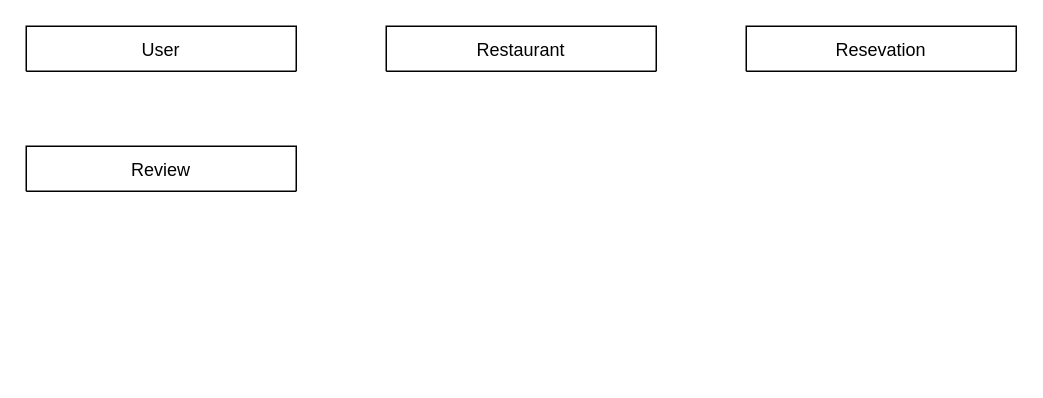
The draw.io diagram page "idées" (3 of 3) of mcd-mld.drawio in thomas-spinec/silver-micro, before the edit. Source tidied: cells renumbered, new cells numbered last; positions are measured from the earlier drawing's top-left corner, leaving out a move shared by most shapes. Both pictures are drawn from the tidied source at 150%, with x=0, y=0 at pixel (26, 26).
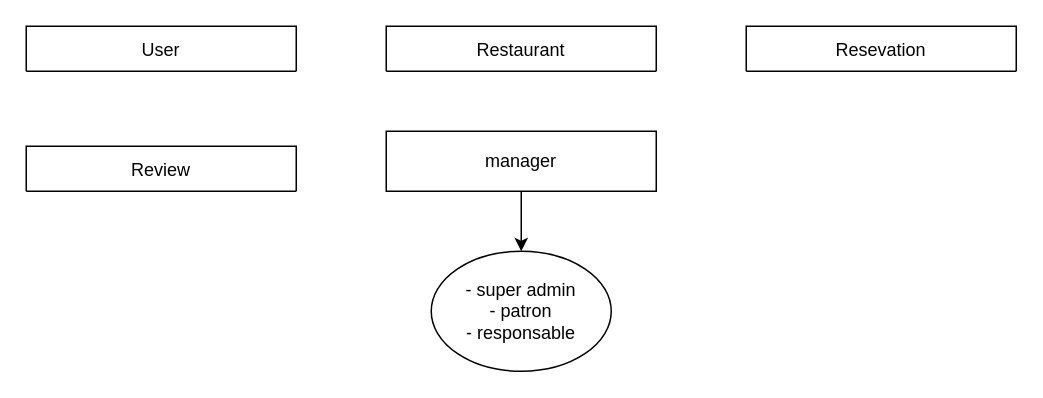
The same diagram, later.

Commit message (it also covers changes not shown here):
MCD update with manager table

What changed in the source:
```diff
@@
 <mxGraphModel>
   <root>
     <mxCell id="0" />
     <mxCell id="1" parent="0" />
     <mxCell id="2" value="User" style="shape=table;startSize=30;childLayout=tableLayout;" parent="1" vertex="1">
       <mxGeometry width="180" height="30" as="geometry" />
     </mxCell>
     <mxCell id="3" value="Restaurant" style="shape=table;startSize=30;childLayout=tableLayout;" parent="1" vertex="1">
       <mxGeometry x="240" width="180" height="30" as="geometry" />
     </mxCell>
     <mxCell id="4" value="Resevation" style="shape=table;startSize=30;childLayout=tableLayout;" parent="1" vertex="1">
       <mxGeometry x="480" width="180" height="30" as="geometry" />
     </mxCell>
     <mxCell id="5" value="Review" style="shape=table;startSize=30;childLayout=tableLayout;" parent="1" vertex="1">
       <mxGeometry y="80" width="180" height="30" as="geometry" />
     </mxCell>
+    <mxCell id="6" style="edgeStyle=none;html=1;exitX=0.5;exitY=1;exitDx=0;exitDy=0;entryX=0.5;entryY=0;entryDx=0;entryDy=0;" parent="1" edge="1" source="7" target="8">
+      <mxGeometry relative="1" as="geometry" />
+    </mxCell>
+    <mxCell id="7" value="manager" style="rounded=0;whiteSpace=wrap;html=1;" parent="1" vertex="1">
+      <mxGeometry x="240" y="70" width="180" height="40" as="geometry" />
+    </mxCell>
+    <mxCell id="8" value="- super admin&lt;br&gt;- patron&lt;br&gt;- responsable" style="ellipse;whiteSpace=wrap;html=1;" parent="1" vertex="1">
+      <mxGeometry x="270" y="150" width="120" height="80" as="geometry" />
+    </mxCell>
   </root>
 </mxGraphModel>
```
